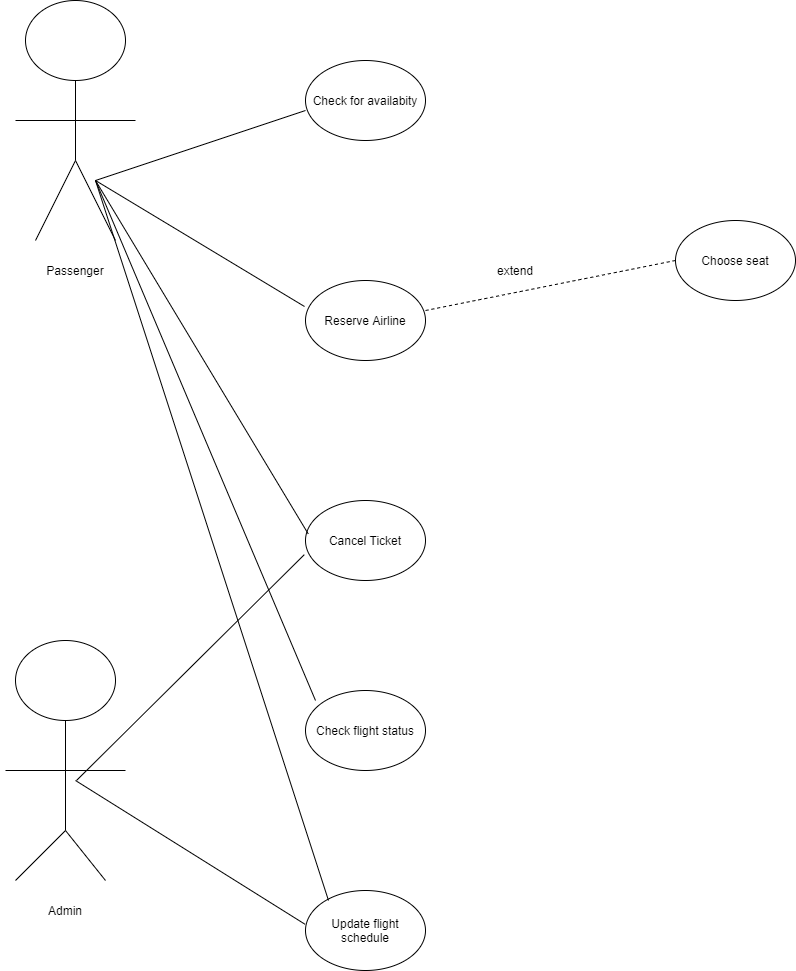
Earlier version of the draw.io export Architecture/UML_Diagram.drawio.png (Annapoornarb/Stepin_Airline-Booking). Source tidied: cells renumbered, new cells last; positions are measured from the earlier drawing's top-left corner, leaving out a move shared by most shapes.
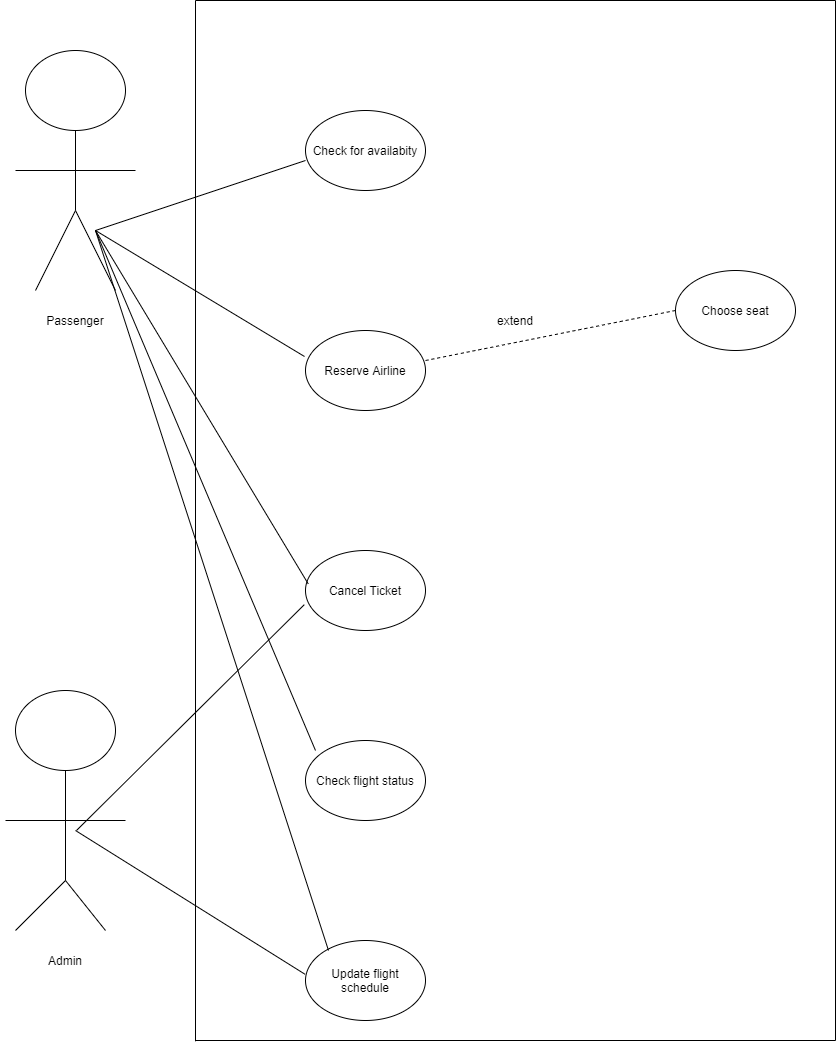
The same diagram one commit later.

The edit, as a diff of the source:
```diff
@@ -126,5 +126,29 @@
     <mxCell id="28" value="extend&lt;br&gt;" style="text;html=1;strokeColor=none;fillColor=none;align=center;verticalAlign=middle;whiteSpace=wrap;rounded=0;" parent="1" vertex="1">
       <mxGeometry x="495" y="260" width="40" height="20" as="geometry" />
     </mxCell>
+    <mxCell id="29" style="endArrow=none;html=1;" parent="1" edge="1">
+      <mxGeometry relative="1" as="geometry">
+        <mxPoint x="195" y="990.8" as="sourcePoint" />
+        <mxPoint x="195" y="-50" as="targetPoint" />
+      </mxGeometry>
+    </mxCell>
+    <mxCell id="30" style="endArrow=none;html=1;" parent="1" edge="1">
+      <mxGeometry relative="1" as="geometry">
+        <mxPoint x="195" y="-50" as="sourcePoint" />
+        <mxPoint x="835" y="-50" as="targetPoint" />
+      </mxGeometry>
+    </mxCell>
+    <mxCell id="31" style="endArrow=none;html=1;" parent="1" edge="1">
+      <mxGeometry relative="1" as="geometry">
+        <mxPoint x="835" y="990" as="sourcePoint" />
+        <mxPoint x="835" y="-50" as="targetPoint" />
+      </mxGeometry>
+    </mxCell>
+    <mxCell id="32" style="endArrow=none;html=1;" parent="1" edge="1">
+      <mxGeometry relative="1" as="geometry">
+        <mxPoint x="195" y="990" as="sourcePoint" />
+        <mxPoint x="835" y="990" as="targetPoint" />
+      </mxGeometry>
+    </mxCell>
   </root>
 </mxGraphModel>
```
